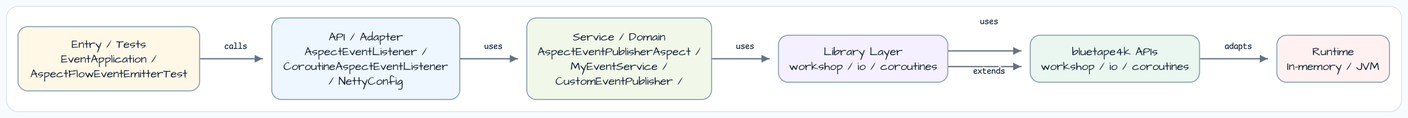
The Graphviz diagram docs/images/readme-diagrams/spring-boot-application-event-demo-readme-architecture-01.png in bluetape4k/bluetape4k-workshop, before a commit. Its source is kept beside it as docs/images/readme-diagrams/spring-boot-application-event-demo-readme-architecture-01.dot.
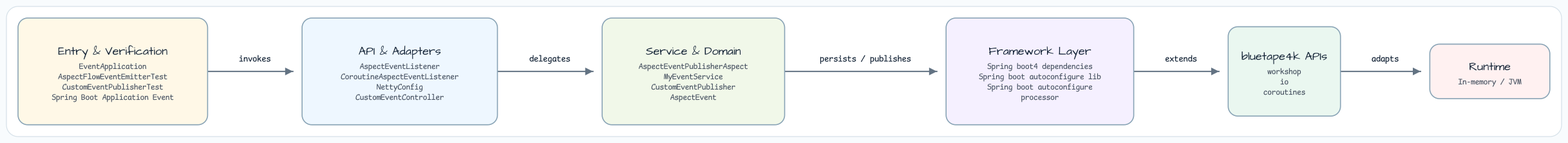
Above is the later version.

Change to the diagram source:
```diff
@@ -3,8 +3,8 @@
     rankdir=LR,
     bgcolor="white",
     pad="0.35",
-    nodesep="0.55",
-    ranksep="0.75",
+    nodesep="0.70",
+    ranksep="0.95",
     splines=ortho,
     outputorder=edgesfirst
   ];
@@ -16,7 +16,7 @@
     fillcolor="#F6FAFF",
     fontname="Architects Daughter",
     fontsize=14,
-    margin="0.14,0.10"
+    margin="0.20,0.16"
   ];
   edge [
     color="#637383",
@@ -26,17 +26,16 @@
     fontsize=11
   ];
 
-  entry [label="Entry / Tests\nEventApplication /\nAspectFlowEventEmitterTest", fillcolor="#FFF8E7"];
-  api [label="API / Adapter\nAspectEventListener /\nCoroutineAspectEventListener\n/ NettyConfig", fillcolor="#EEF7FF"];
-  service [label="Service / Domain\nAspectEventPublisherAspect /\nMyEventService /\nCustomEventPublisher /", fillcolor="#F1F8E9"];
-  infra [label="Library Layer\nworkshop / io / coroutines", fillcolor="#F5F0FF"];
-  bt [label="bluetape4k APIs\nworkshop / io / coroutines", fillcolor="#EAF7F0"];
+  entry [label="Entry & Verification\nEventApplication\nAspectFlowEventEmitterTest\nCustomEventPublisherTest\nSpring Boot Application Event", fillcolor="#FFF8E7"];
+  api [label="API & Adapters\nAspectEventListener\nCoroutineAspectEventListener\nNettyConfig\nCustomEventController", fillcolor="#EEF7FF"];
+  service [label="Service & Domain\nAspectEventPublisherAspect\nMyEventService\nCustomEventPublisher\nAspectEvent", fillcolor="#F1F8E9"];
+  infra [label="Framework Layer\nSpring boot4 dependencies\nSpring boot autoconfigure lib\nSpring boot autoconfigure\nprocessor", fillcolor="#F5F0FF"];
+  bt [label="bluetape4k APIs\nworkshop\nio\ncoroutines", fillcolor="#EAF7F0"];
   runtime [label="Runtime\nIn-memory / JVM", fillcolor="#FFF1F1"];
 
-  entry -> api [label="calls"];
-  api -> service [label="uses"];
-  service -> infra [label="uses"];
-  infra -> bt [label="uses"];
+  entry -> api [label="invokes"];
+  api -> service [label="delegates"];
+  service -> infra [label="persists / publishes"];
   infra -> bt [label="extends"];
   bt -> runtime [label="adapts"];
 }
```
